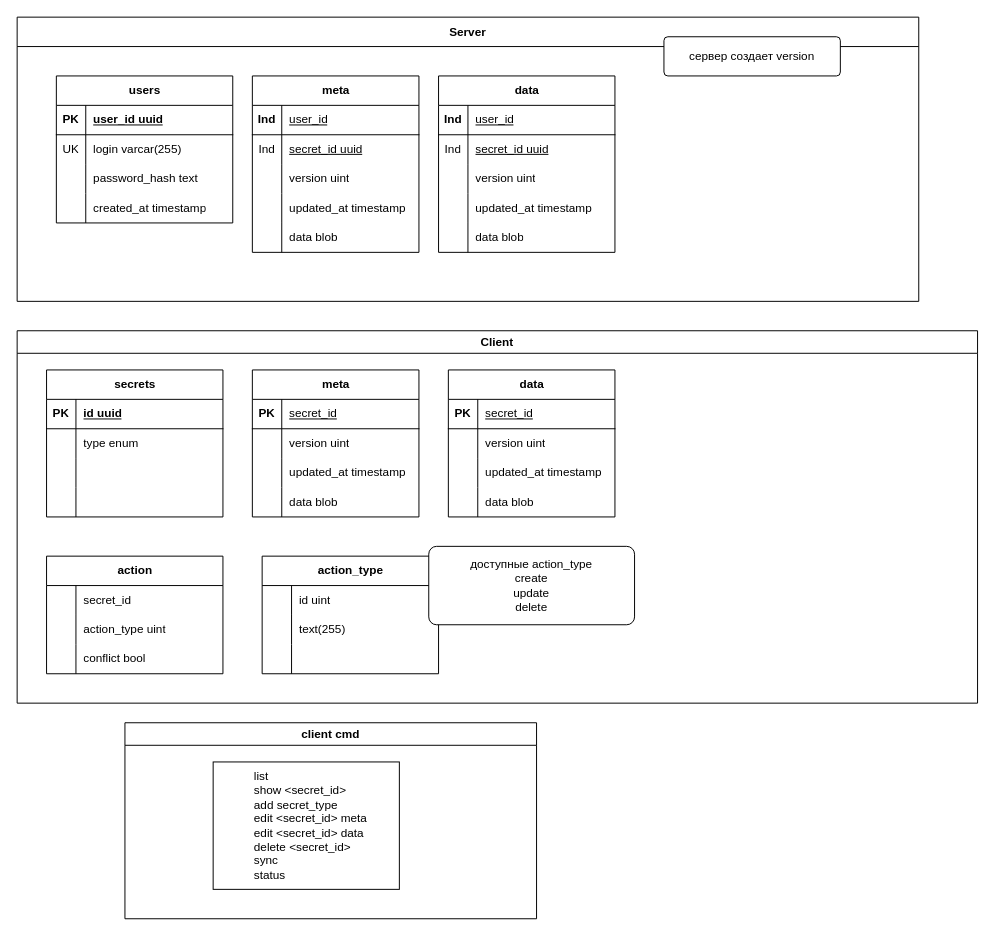
The draw.io diagram docs/DB.drawio in serg2014/go-goph-keeper, before the edit. Source tidied: cells renumbered, new cells numbered last; positions are measured from the earlier drawing's top-left corner, leaving out a move shared by most shapes. Both pictures are drawn from the tidied source at 98%, with x=0, y=0 at pixel (17, 17).
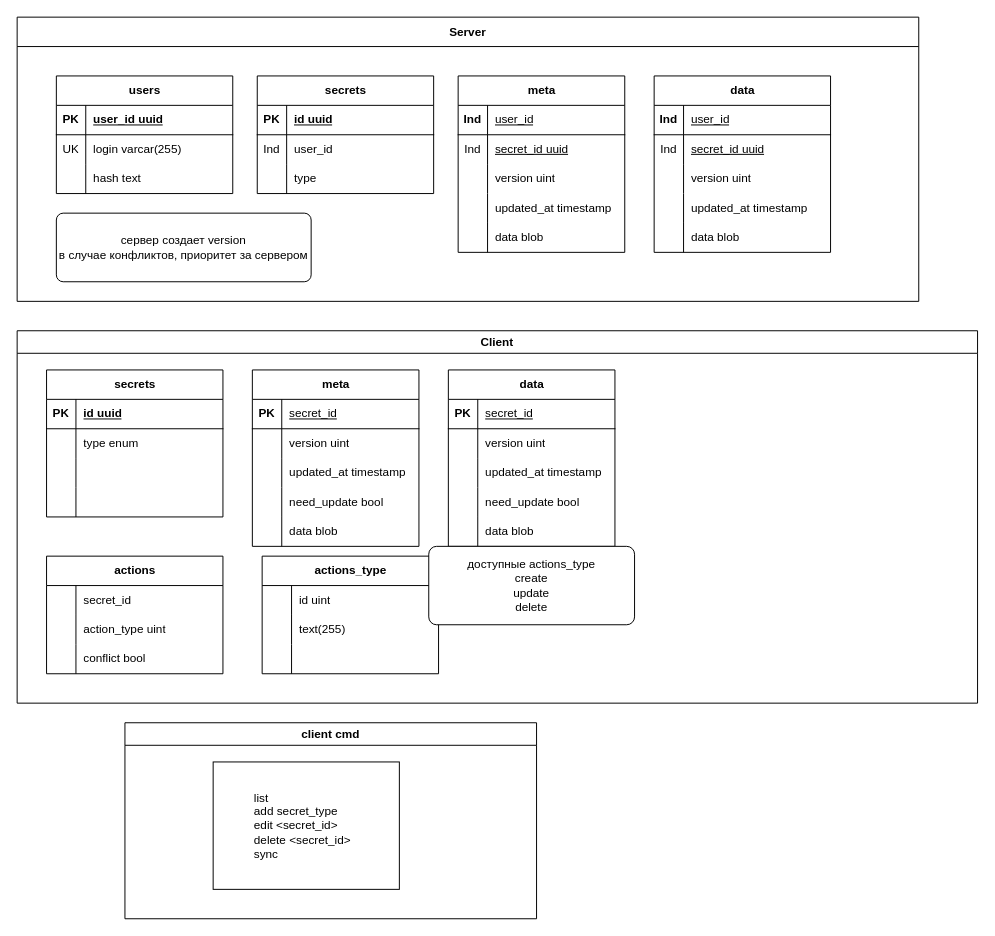
After the change.

The change refers to these unchanged cells:
```xml
<mxCell id="3" value="Server" style="swimlane;startSize=30;" parent="1" vertex="1">
  <mxGeometry width="920" height="290" as="geometry" />
</mxCell>
<mxCell id="44" style="shape=tableRow;horizontal=0;startSize=0;swimlaneHead=0;swimlaneBody=0;fillColor=none;top=0;left=0;right=0;bottom=0;" parent="37" vertex="1">
  <mxGeometry y="90" width="180" height="30" as="geometry" />
</mxCell>
<mxCell id="50" value="Client" style="swimlane;" parent="1" vertex="1">
  <mxGeometry y="320" width="980" height="380" as="geometry" />
</mxCell>
<mxCell id="111" value="client cmd" style="swimlane;" parent="1" vertex="1">
  <mxGeometry x="110" y="720" width="420" height="200" as="geometry" />
</mxCell>
```

Change to the diagram source:
```diff
@@
     <mxCell id="4" value="meta" style="shape=table;startSize=30;childLayout=tableLayout;rowLines=0;fontStyle=1;align=center;html=1;" parent="3" vertex="1">
-      <mxGeometry x="240" y="60" width="170" height="180" as="geometry" />
+      <mxGeometry x="450" y="60" width="170" height="180" as="geometry" />
     </mxCell>
@@
     <mxCell id="20" value="data" style="shape=table;startSize=30;childLayout=tableLayout;rowLines=0;fontStyle=1;align=center;html=1;" parent="3" vertex="1">
-      <mxGeometry x="430" y="60" width="180" height="180" as="geometry" />
+      <mxGeometry x="650" y="60" width="180" height="180" as="geometry" />
     </mxCell>
@@
-    <mxCell id="36" value="сервер создает version" style="rounded=1;arcSize=10;whiteSpace=wrap;html=1;align=center;" parent="3" vertex="1">
-      <mxGeometry x="660" y="20" width="180" height="40" as="geometry" />
+    <mxCell id="36" value="сервер создает version&lt;div&gt;в случае конфликтов, приоритет за сервером&lt;/div&gt;" style="rounded=1;arcSize=10;whiteSpace=wrap;html=1;align=center;" parent="3" vertex="1">
+      <mxGeometry x="40" y="200" width="260" height="70" as="geometry" />
     </mxCell>
     <mxCell id="37" value="users" style="shape=table;startSize=30;childLayout=tableLayout;rowLines=0;fontStyle=1;align=center;html=1;" parent="3" vertex="1">
-      <mxGeometry x="40" y="60" width="180" height="150" as="geometry" />
+      <mxGeometry x="40" y="60" width="180" height="120" as="geometry" />
     </mxCell>
@@
-    <mxCell id="46" value="password_hash text" style="shape=partialRectangle;fillColor=none;top=0;left=0;bottom=0;right=0;align=left;spacingLeft=6;overflow=hidden;whiteSpace=wrap;html=1;" parent="44" vertex="1">
+    <mxCell id="46" value="&lt;div&gt;hash text&lt;br&gt;&lt;/div&gt;" style="shape=partialRectangle;fillColor=none;top=0;left=0;bottom=0;right=0;align=left;spacingLeft=6;overflow=hidden;whiteSpace=wrap;html=1;" parent="44" vertex="1">
       <mxGeometry x="30" width="150" height="30" as="geometry" />
     </mxCell>
-    <mxCell id="47" style="shape=tableRow;horizontal=0;startSize=0;swimlaneHead=0;swimlaneBody=0;fillColor=none;top=0;left=0;right=0;bottom=0;" parent="37" vertex="1">
-      <mxGeometry y="120" width="180" height="30" as="geometry" />
-    </mxCell>
-    <mxCell id="48" style="shape=partialRectangle;fillColor=none;top=0;left=0;bottom=0;right=0;overflow=hidden;whiteSpace=wrap;html=1;" parent="47" vertex="1">
-      <mxGeometry width="30" height="30" as="geometry" />
-    </mxCell>
-    <mxCell id="49" value="created_at timestamp" style="shape=partialRectangle;fillColor=none;top=0;left=0;bottom=0;right=0;align=left;spacingLeft=6;overflow=hidden;whiteSpace=wrap;html=1;" parent="47" vertex="1">
-      <mxGeometry x="30" width="150" height="30" as="geometry" />
-    </mxCell>
+    <mxCell id="113" value="secrets" style="shape=table;startSize=30;childLayout=tableLayout;rowLines=0;fontStyle=1;align=center;html=1;" parent="3" vertex="1">
+      <mxGeometry x="245" y="60" width="180" height="120" as="geometry" />
+    </mxCell>
+    <mxCell id="114" style="shape=tableRow;horizontal=0;startSize=0;swimlaneHead=0;swimlaneBody=0;fillColor=none;top=0;left=0;right=0;bottom=1;" parent="113" vertex="1">
+      <mxGeometry y="30" width="180" height="30" as="geometry" />
+    </mxCell>
+    <mxCell id="115" value="PK" style="shape=partialRectangle;fillColor=none;top=0;left=0;bottom=0;right=0;fontStyle=1;overflow=hidden;whiteSpace=wrap;html=1;" parent="114" vertex="1">
+      <mxGeometry width="30" height="30" as="geometry" />
+    </mxCell>
+    <mxCell id="116" value="id uuid" style="shape=partialRectangle;fillColor=none;top=0;left=0;bottom=0;right=0;align=left;spacingLeft=6;fontStyle=5;overflow=hidden;whiteSpace=wrap;html=1;" parent="114" vertex="1">
+      <mxGeometry x="30" width="150" height="30" as="geometry" />
+    </mxCell>
+    <mxCell id="117" style="shape=tableRow;horizontal=0;startSize=0;swimlaneHead=0;swimlaneBody=0;fillColor=none;top=0;left=0;right=0;bottom=0;" parent="113" vertex="1">
+      <mxGeometry y="60" width="180" height="30" as="geometry" />
+    </mxCell>
+    <mxCell id="118" value="Ind" style="shape=partialRectangle;fillColor=none;top=0;left=0;bottom=0;right=0;overflow=hidden;whiteSpace=wrap;html=1;" parent="117" vertex="1">
+      <mxGeometry width="30" height="30" as="geometry" />
+    </mxCell>
+    <mxCell id="119" value="user_id" style="shape=partialRectangle;fillColor=none;top=0;left=0;bottom=0;right=0;align=left;spacingLeft=6;overflow=hidden;whiteSpace=wrap;html=1;" parent="117" vertex="1">
+      <mxGeometry x="30" width="150" height="30" as="geometry" />
+    </mxCell>
+    <mxCell id="120" style="shape=tableRow;horizontal=0;startSize=0;swimlaneHead=0;swimlaneBody=0;fillColor=none;top=0;left=0;right=0;bottom=0;" parent="113" vertex="1">
+      <mxGeometry y="90" width="180" height="30" as="geometry" />
+    </mxCell>
+    <mxCell id="121" style="shape=partialRectangle;fillColor=none;top=0;left=0;bottom=0;right=0;overflow=hidden;whiteSpace=wrap;html=1;" parent="120" vertex="1">
+      <mxGeometry width="30" height="30" as="geometry" />
+    </mxCell>
+    <mxCell id="122" value="type" style="shape=partialRectangle;fillColor=none;top=0;left=0;bottom=0;right=0;align=left;spacingLeft=6;overflow=hidden;whiteSpace=wrap;html=1;" parent="120" vertex="1">
+      <mxGeometry x="30" width="150" height="30" as="geometry" />
+    </mxCell>
@@
     <mxCell id="64" value="meta" style="shape=table;startSize=30;childLayout=tableLayout;rowLines=0;fontStyle=1;align=center;html=1;" parent="50" vertex="1">
-      <mxGeometry x="240" y="40" width="170" height="150" as="geometry" />
+      <mxGeometry x="240" y="40" width="170" height="180" as="geometry" />
     </mxCell>
@@
+    <mxCell id="123" style="shape=tableRow;horizontal=0;startSize=0;swimlaneHead=0;swimlaneBody=0;fillColor=none;top=0;left=0;right=0;bottom=0;" parent="64" vertex="1">
+      <mxGeometry y="120" width="170" height="30" as="geometry" />
+    </mxCell>
+    <mxCell id="124" style="shape=partialRectangle;fillColor=none;top=0;left=0;bottom=0;right=0;overflow=hidden;whiteSpace=wrap;html=1;" parent="123" vertex="1">
+      <mxGeometry width="30" height="30" as="geometry" />
+    </mxCell>
+    <mxCell id="125" value="need_update bool" style="shape=partialRectangle;fillColor=none;top=0;left=0;bottom=0;right=0;align=left;spacingLeft=6;overflow=hidden;whiteSpace=wrap;html=1;" parent="123" vertex="1">
+      <mxGeometry x="30" width="140" height="30" as="geometry" />
+    </mxCell>
     <mxCell id="74" style="shape=tableRow;horizontal=0;startSize=0;swimlaneHead=0;swimlaneBody=0;fillColor=none;top=0;left=0;right=0;bottom=0;" parent="64" vertex="1">
-      <mxGeometry y="120" width="170" height="30" as="geometry" />
+      <mxGeometry y="150" width="170" height="30" as="geometry" />
     </mxCell>
@@
     <mxCell id="77" value="data" style="shape=table;startSize=30;childLayout=tableLayout;rowLines=0;fontStyle=1;align=center;html=1;" parent="50" vertex="1">
-      <mxGeometry x="440" y="40" width="170" height="150" as="geometry" />
+      <mxGeometry x="440" y="40" width="170" height="180" as="geometry" />
     </mxCell>
@@
+    <mxCell id="126" style="shape=tableRow;horizontal=0;startSize=0;swimlaneHead=0;swimlaneBody=0;fillColor=none;top=0;left=0;right=0;bottom=0;" parent="77" vertex="1">
+      <mxGeometry y="120" width="170" height="30" as="geometry" />
+    </mxCell>
+    <mxCell id="127" style="shape=partialRectangle;fillColor=none;top=0;left=0;bottom=0;right=0;overflow=hidden;whiteSpace=wrap;html=1;" parent="126" vertex="1">
+      <mxGeometry width="30" height="30" as="geometry" />
+    </mxCell>
+    <mxCell id="128" value="need_update bool" style="shape=partialRectangle;fillColor=none;top=0;left=0;bottom=0;right=0;align=left;spacingLeft=6;overflow=hidden;whiteSpace=wrap;html=1;" parent="126" vertex="1">
+      <mxGeometry x="30" width="140" height="30" as="geometry" />
+    </mxCell>
     <mxCell id="87" style="shape=tableRow;horizontal=0;startSize=0;swimlaneHead=0;swimlaneBody=0;fillColor=none;top=0;left=0;right=0;bottom=0;" parent="77" vertex="1">
-      <mxGeometry y="120" width="170" height="30" as="geometry" />
+      <mxGeometry y="150" width="170" height="30" as="geometry" />
     </mxCell>
@@
-    <mxCell id="90" value="action" style="shape=table;startSize=30;childLayout=tableLayout;rowLines=0;fontStyle=1;align=center;html=1;" parent="50" vertex="1">
+    <mxCell id="90" value="actions" style="shape=table;startSize=30;childLayout=tableLayout;rowLines=0;fontStyle=1;align=center;html=1;" parent="50" vertex="1">
       <mxGeometry x="30" y="230" width="180" height="120" as="geometry" />
     </mxCell>
@@
-    <mxCell id="100" value="action_type" style="shape=table;startSize=30;childLayout=tableLayout;rowLines=0;fontStyle=1;align=center;html=1;" parent="50" vertex="1">
+    <mxCell id="100" value="actions_type" style="shape=table;startSize=30;childLayout=tableLayout;rowLines=0;fontStyle=1;align=center;html=1;" parent="50" vertex="1">
       <mxGeometry x="250" y="230" width="180" height="120" as="geometry" />
     </mxCell>
@@
-    <mxCell id="110" value="доступные action_type&lt;div&gt;create&lt;/div&gt;&lt;div&gt;update&lt;/div&gt;&lt;div&gt;delete&lt;/div&gt;" style="rounded=1;arcSize=10;whiteSpace=wrap;html=1;align=center;" parent="50" vertex="1">
+    <mxCell id="110" value="доступные actions_type&lt;div&gt;create&lt;/div&gt;&lt;div&gt;update&lt;/div&gt;&lt;div&gt;delete&lt;/div&gt;" style="rounded=1;arcSize=10;whiteSpace=wrap;html=1;align=center;" parent="50" vertex="1">
       <mxGeometry x="420" y="220" width="210" height="80" as="geometry" />
     </mxCell>
@@
-    <mxCell id="112" value="&lt;blockquote style=&quot;margin: 0px 0px 0px 40px; border: medium; padding: 0px;&quot;&gt;list&lt;div&gt;show &amp;lt;secret_id&amp;gt;&lt;/div&gt;&lt;div&gt;add secret_type&lt;/div&gt;&lt;div&gt;edit &amp;lt;secret_id&amp;gt; meta&lt;/div&gt;&lt;div style=&quot;&quot;&gt;edit &amp;lt;secret_id&amp;gt; data&lt;/div&gt;&lt;div style=&quot;&quot;&gt;delete &amp;lt;secret_id&amp;gt;&lt;/div&gt;&lt;div style=&quot;&quot;&gt;sync&lt;/div&gt;&lt;div style=&quot;&quot;&gt;status&lt;/div&gt;&lt;/blockquote&gt;" style="whiteSpace=wrap;html=1;align=left;" parent="111" vertex="1">
+    <mxCell id="112" value="&lt;blockquote style=&quot;margin: 0px 0px 0px 40px; border: medium; padding: 0px;&quot;&gt;list&lt;div&gt;add secret_type&lt;/div&gt;&lt;div&gt;edit &amp;lt;secret_id&amp;gt;&lt;/div&gt;&lt;div style=&quot;&quot;&gt;delete &amp;lt;secret_id&amp;gt;&lt;/div&gt;&lt;div style=&quot;&quot;&gt;sync&lt;/div&gt;&lt;/blockquote&gt;" style="whiteSpace=wrap;html=1;align=left;" parent="111" vertex="1">
       <mxGeometry x="90" y="40" width="190" height="130" as="geometry" />
     </mxCell>
```
